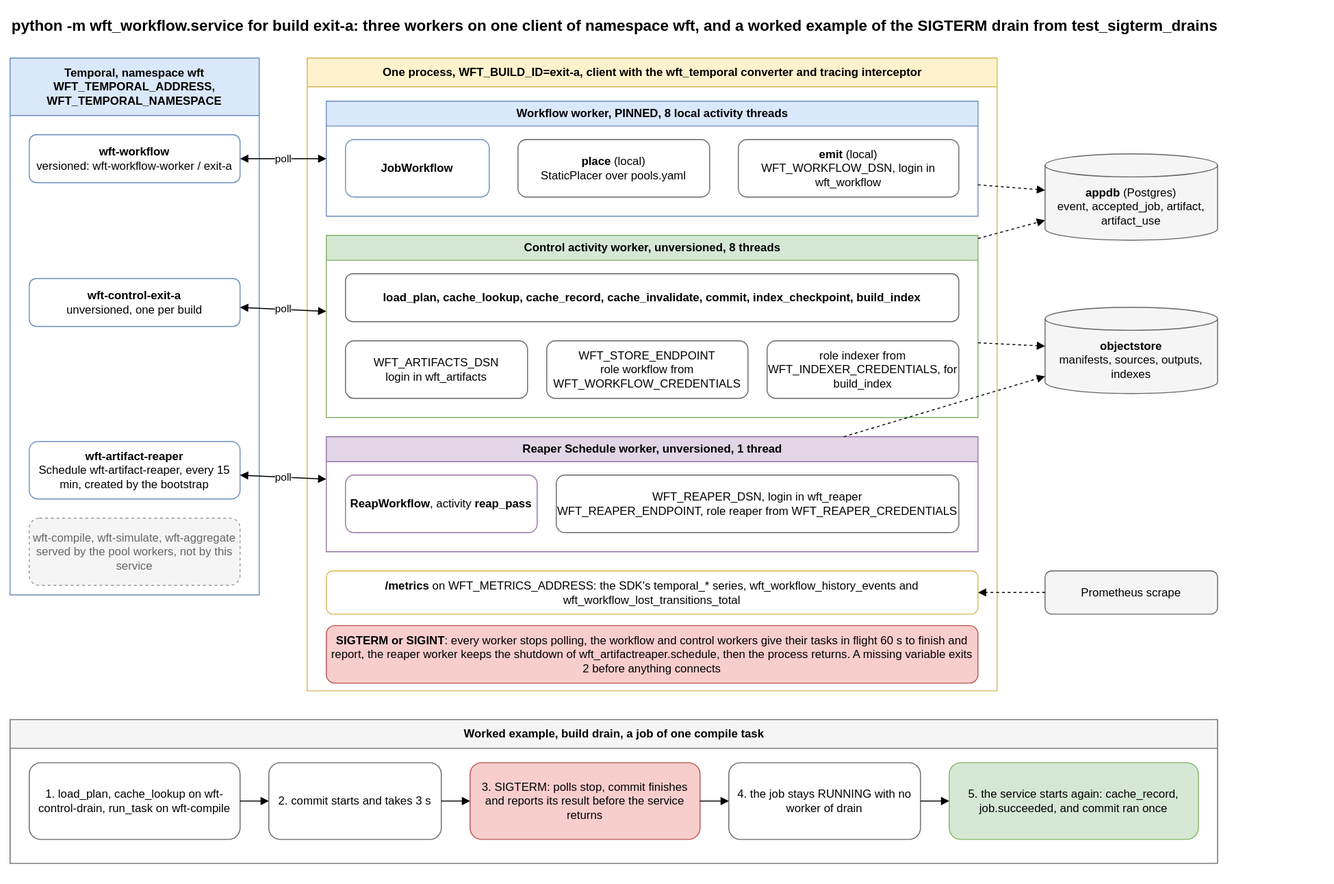
This is packages/workflow/worker-service.drawio.svg from AndoNorth/disyard, a draw.io export, as it was before one commit. Source tidied: cells renumbered, new cells last; positions are measured from the earlier drawing's top-left corner, leaving out a move shared by most shapes.
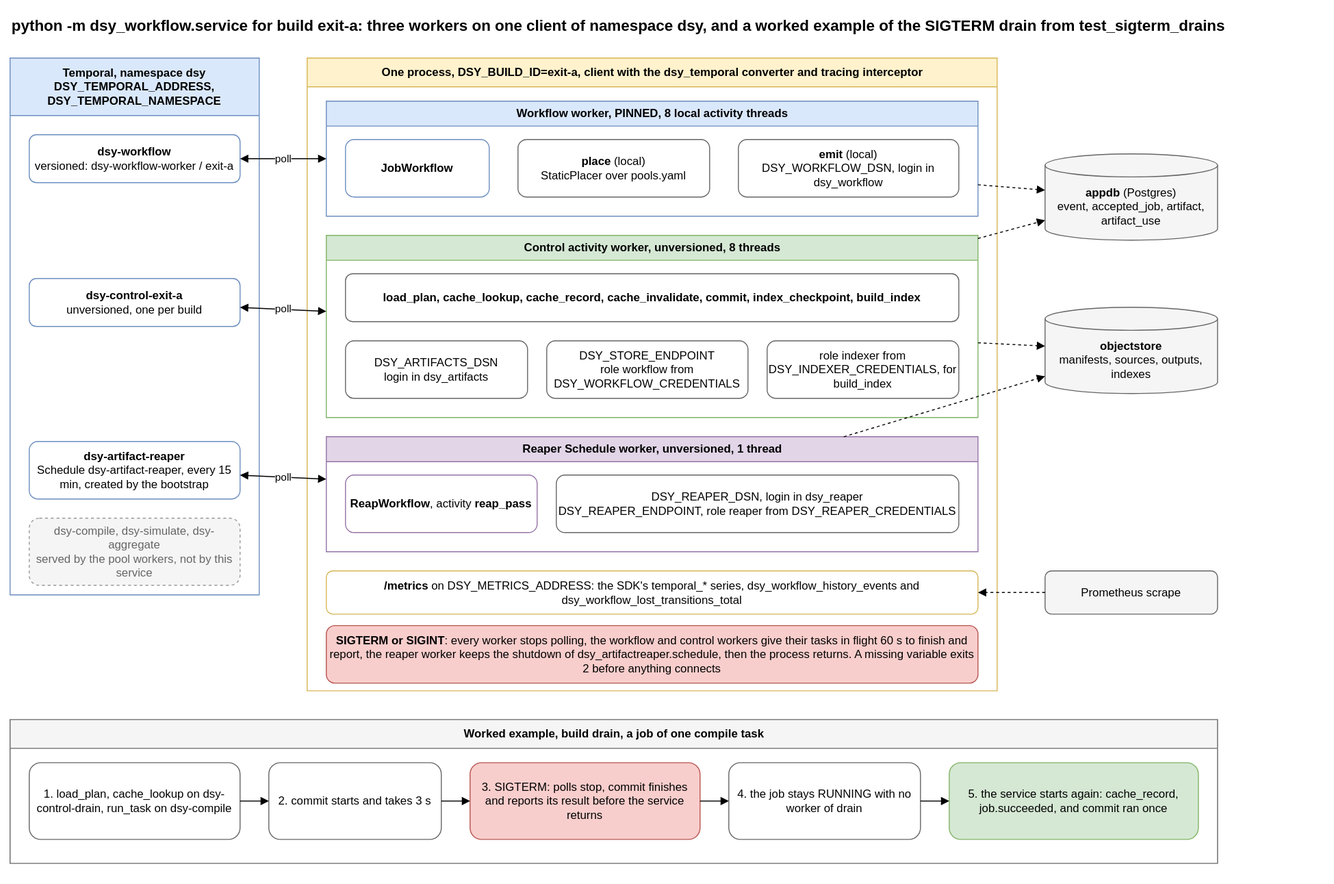
The same file after the commit.

The edit, as a diff of the source:
```diff
@@ -2,25 +2,25 @@
   <root>
     <mxCell id="0" />
     <mxCell id="1" parent="0" />
-    <mxCell id="2" value="python -m wft_workflow.service for build exit-a: three workers on one client of namespace wft, and a worked example of the SIGTERM drain from test_sigterm_drains" style="text;html=1;fontSize=16;fontStyle=1;align=left;" parent="1" vertex="1">
+    <mxCell id="2" value="python -m dsy_workflow.service for build exit-a: three workers on one client of namespace dsy, and a worked example of the SIGTERM drain from test_sigterm_drains" style="text;html=1;fontSize=16;fontStyle=1;align=left;" parent="1" vertex="1">
       <mxGeometry width="1360" height="30" as="geometry" />
     </mxCell>
-    <mxCell id="3" value="Temporal, namespace wft&lt;br&gt;WFT_TEMPORAL_ADDRESS, WFT_TEMPORAL_NAMESPACE" style="swimlane;startSize=60;html=1;fillColor=#dae8fc;strokeColor=#6c8ebf;fontStyle=1;whiteSpace=wrap;" parent="1" vertex="1">
+    <mxCell id="3" value="Temporal, namespace dsy&lt;br&gt;DSY_TEMPORAL_ADDRESS, DSY_TEMPORAL_NAMESPACE" style="swimlane;startSize=60;html=1;fillColor=#dae8fc;strokeColor=#6c8ebf;fontStyle=1;whiteSpace=wrap;" parent="1" vertex="1">
       <mxGeometry y="50" width="260" height="560" as="geometry" />
     </mxCell>
-    <mxCell id="4" value="&lt;b&gt;wft-workflow&lt;/b&gt;&lt;br&gt;versioned: wft-workflow-worker / exit-a" style="rounded=1;whiteSpace=wrap;html=1;fillColor=#ffffff;strokeColor=#6c8ebf;" parent="3" vertex="1">
+    <mxCell id="4" value="&lt;b&gt;dsy-workflow&lt;/b&gt;&lt;br&gt;versioned: dsy-workflow-worker / exit-a" style="rounded=1;whiteSpace=wrap;html=1;fillColor=#ffffff;strokeColor=#6c8ebf;" parent="3" vertex="1">
       <mxGeometry x="20" y="80" width="220" height="50" as="geometry" />
     </mxCell>
-    <mxCell id="5" value="&lt;b&gt;wft-control-exit-a&lt;/b&gt;&lt;br&gt;unversioned, one per build" style="rounded=1;whiteSpace=wrap;html=1;fillColor=#ffffff;strokeColor=#6c8ebf;" parent="3" vertex="1">
+    <mxCell id="5" value="&lt;b&gt;dsy-control-exit-a&lt;/b&gt;&lt;br&gt;unversioned, one per build" style="rounded=1;whiteSpace=wrap;html=1;fillColor=#ffffff;strokeColor=#6c8ebf;" parent="3" vertex="1">
       <mxGeometry x="20" y="230" width="220" height="50" as="geometry" />
     </mxCell>
-    <mxCell id="6" value="&lt;b&gt;wft-artifact-reaper&lt;/b&gt;&lt;br&gt;Schedule wft-artifact-reaper, every 15 min, created by the bootstrap" style="rounded=1;whiteSpace=wrap;html=1;fillColor=#ffffff;strokeColor=#6c8ebf;" parent="3" vertex="1">
+    <mxCell id="6" value="&lt;b&gt;dsy-artifact-reaper&lt;/b&gt;&lt;br&gt;Schedule dsy-artifact-reaper, every 15 min, created by the bootstrap" style="rounded=1;whiteSpace=wrap;html=1;fillColor=#ffffff;strokeColor=#6c8ebf;" parent="3" vertex="1">
       <mxGeometry x="20" y="400" width="220" height="60" as="geometry" />
     </mxCell>
-    <mxCell id="7" value="wft-compile, wft-simulate, wft-aggregate&lt;br&gt;served by the pool workers, not by this service" style="rounded=1;whiteSpace=wrap;html=1;fillColor=#f5f5f5;strokeColor=#999999;dashed=1;fontColor=#666666;" parent="3" vertex="1">
+    <mxCell id="7" value="dsy-compile, dsy-simulate, dsy-aggregate&lt;br&gt;served by the pool workers, not by this service" style="rounded=1;whiteSpace=wrap;html=1;fillColor=#f5f5f5;strokeColor=#999999;dashed=1;fontColor=#666666;" parent="3" vertex="1">
       <mxGeometry x="20" y="480" width="220" height="70" as="geometry" />
     </mxCell>
-    <mxCell id="8" value="One process, WFT_BUILD_ID=exit-a, client with the wft_temporal converter and tracing interceptor" style="swimlane;startSize=30;html=1;fillColor=#fff2cc;strokeColor=#d6b656;fontStyle=1;" parent="1" vertex="1">
+    <mxCell id="8" value="One process, DSY_BUILD_ID=exit-a, client with the dsy_temporal converter and tracing interceptor" style="swimlane;startSize=30;html=1;fillColor=#fff2cc;strokeColor=#d6b656;fontStyle=1;" parent="1" vertex="1">
       <mxGeometry x="310" y="50" width="720" height="660" as="geometry" />
     </mxCell>
     <mxCell id="9" value="Workflow worker, PINNED, 8 local activity threads" style="swimlane;startSize=26;html=1;fillColor=#dae8fc;strokeColor=#6c8ebf;fontStyle=1;" parent="8" vertex="1">
@@ -32,7 +32,7 @@
     <mxCell id="11" value="&lt;b&gt;place&lt;/b&gt; (local)&lt;br&gt;StaticPlacer over pools.yaml" style="rounded=1;whiteSpace=wrap;html=1;fillColor=#ffffff;strokeColor=#666666;" parent="9" vertex="1">
       <mxGeometry x="200" y="40" width="200" height="60" as="geometry" />
     </mxCell>
-    <mxCell id="12" value="&lt;b&gt;emit&lt;/b&gt; (local)&lt;br&gt;WFT_WORKFLOW_DSN, login in wft_workflow" style="rounded=1;whiteSpace=wrap;html=1;fillColor=#ffffff;strokeColor=#666666;" parent="9" vertex="1">
+    <mxCell id="12" value="&lt;b&gt;emit&lt;/b&gt; (local)&lt;br&gt;DSY_WORKFLOW_DSN, login in dsy_workflow" style="rounded=1;whiteSpace=wrap;html=1;fillColor=#ffffff;strokeColor=#666666;" parent="9" vertex="1">
       <mxGeometry x="430" y="40" width="230" height="60" as="geometry" />
     </mxCell>
     <mxCell id="13" value="Control activity worker, unversioned, 8 threads" style="swimlane;startSize=26;html=1;fillColor=#d5e8d4;strokeColor=#82b366;fontStyle=1;" parent="8" vertex="1">
@@ -41,13 +41,13 @@
     <mxCell id="14" value="load_plan, cache_lookup, cache_record, cache_invalidate, commit, index_checkpoint, build_index" style="rounded=1;whiteSpace=wrap;html=1;fillColor=#ffffff;strokeColor=#666666;fontStyle=1;" parent="13" vertex="1">
       <mxGeometry x="20" y="40" width="640" height="50" as="geometry" />
     </mxCell>
-    <mxCell id="15" value="WFT_ARTIFACTS_DSN&lt;br&gt;login in wft_artifacts" style="rounded=1;whiteSpace=wrap;html=1;fillColor=#ffffff;strokeColor=#666666;" parent="13" vertex="1">
+    <mxCell id="15" value="DSY_ARTIFACTS_DSN&lt;br&gt;login in dsy_artifacts" style="rounded=1;whiteSpace=wrap;html=1;fillColor=#ffffff;strokeColor=#666666;" parent="13" vertex="1">
       <mxGeometry x="20" y="110" width="190" height="60" as="geometry" />
     </mxCell>
-    <mxCell id="16" value="WFT_STORE_ENDPOINT&lt;br&gt;role workflow from WFT_WORKFLOW_CREDENTIALS" style="rounded=1;whiteSpace=wrap;html=1;fillColor=#ffffff;strokeColor=#666666;" parent="13" vertex="1">
+    <mxCell id="16" value="DSY_STORE_ENDPOINT&lt;br&gt;role workflow from DSY_WORKFLOW_CREDENTIALS" style="rounded=1;whiteSpace=wrap;html=1;fillColor=#ffffff;strokeColor=#666666;" parent="13" vertex="1">
       <mxGeometry x="230" y="110" width="210" height="60" as="geometry" />
     </mxCell>
-    <mxCell id="17" value="role indexer from WFT_INDEXER_CREDENTIALS, for build_index" style="rounded=1;whiteSpace=wrap;html=1;fillColor=#ffffff;strokeColor=#666666;" parent="13" vertex="1">
+    <mxCell id="17" value="role indexer from DSY_INDEXER_CREDENTIALS, for build_index" style="rounded=1;whiteSpace=wrap;html=1;fillColor=#ffffff;strokeColor=#666666;" parent="13" vertex="1">
       <mxGeometry x="460" y="110" width="200" height="60" as="geometry" />
     </mxCell>
     <mxCell id="18" value="Reaper Schedule worker, unversioned, 1 thread" style="swimlane;startSize=26;html=1;fillColor=#e1d5e7;strokeColor=#9673a6;fontStyle=1;" parent="8" vertex="1">
@@ -56,13 +56,13 @@
     <mxCell id="19" value="&lt;b&gt;ReapWorkflow&lt;/b&gt;, activity &lt;b&gt;reap_pass&lt;/b&gt;" style="rounded=1;whiteSpace=wrap;html=1;fillColor=#ffffff;strokeColor=#9673a6;" parent="18" vertex="1">
       <mxGeometry x="20" y="40" width="200" height="60" as="geometry" />
     </mxCell>
-    <mxCell id="20" value="WFT_REAPER_DSN, login in wft_reaper&lt;br&gt;WFT_REAPER_ENDPOINT, role reaper from WFT_REAPER_CREDENTIALS" style="rounded=1;whiteSpace=wrap;html=1;fillColor=#ffffff;strokeColor=#666666;" parent="18" vertex="1">
+    <mxCell id="20" value="DSY_REAPER_DSN, login in dsy_reaper&lt;br&gt;DSY_REAPER_ENDPOINT, role reaper from DSY_REAPER_CREDENTIALS" style="rounded=1;whiteSpace=wrap;html=1;fillColor=#ffffff;strokeColor=#666666;" parent="18" vertex="1">
       <mxGeometry x="240" y="40" width="420" height="60" as="geometry" />
     </mxCell>
-    <mxCell id="21" value="&lt;b&gt;/metrics&lt;/b&gt; on WFT_METRICS_ADDRESS: the SDK's temporal_* series, wft_workflow_history_events and wft_workflow_lost_transitions_total" style="rounded=1;whiteSpace=wrap;html=1;fillColor=#ffffff;strokeColor=#d6b656;" parent="8" vertex="1">
+    <mxCell id="21" value="&lt;b&gt;/metrics&lt;/b&gt; on DSY_METRICS_ADDRESS: the SDK's temporal_* series, dsy_workflow_history_events and dsy_workflow_lost_transitions_total" style="rounded=1;whiteSpace=wrap;html=1;fillColor=#ffffff;strokeColor=#d6b656;" parent="8" vertex="1">
       <mxGeometry x="20" y="535" width="680" height="45" as="geometry" />
     </mxCell>
-    <mxCell id="22" value="&lt;b&gt;SIGTERM or SIGINT&lt;/b&gt;: every worker stops polling, the workflow and control workers give their tasks in flight 60 s to finish and report, the reaper worker keeps the shutdown of wft_artifactreaper.schedule, then the process returns. A missing variable exits 2 before anything connects" style="rounded=1;whiteSpace=wrap;html=1;fillColor=#f8cecc;strokeColor=#b85450;" parent="8" vertex="1">
+    <mxCell id="22" value="&lt;b&gt;SIGTERM or SIGINT&lt;/b&gt;: every worker stops polling, the workflow and control workers give their tasks in flight 60 s to finish and report, the reaper worker keeps the shutdown of dsy_artifactreaper.schedule, then the process returns. A missing variable exits 2 before anything connects" style="rounded=1;whiteSpace=wrap;html=1;fillColor=#f8cecc;strokeColor=#b85450;" parent="8" vertex="1">
       <mxGeometry x="20" y="592" width="680" height="60" as="geometry" />
     </mxCell>
     <mxCell id="23" value="&lt;b&gt;appdb&lt;/b&gt; (Postgres)&lt;br&gt;event, accepted_job, artifact, artifact_use" style="shape=cylinder3;whiteSpace=wrap;html=1;boundedLbl=1;size=12;fillColor=#f5f5f5;strokeColor=#666666;" parent="1" vertex="1">
@@ -101,7 +101,7 @@
     <mxCell id="34" value="Worked example, build drain, a job of one compile task" style="swimlane;startSize=30;html=1;fillColor=#f5f5f5;strokeColor=#666666;fontStyle=1;" parent="1" vertex="1">
       <mxGeometry y="740" width="1260" height="150" as="geometry" />
     </mxCell>
-    <mxCell id="35" value="1. load_plan, cache_lookup on wft-control-drain, run_task on wft-compile" style="rounded=1;whiteSpace=wrap;html=1;fillColor=#ffffff;strokeColor=#666666;" parent="34" vertex="1">
+    <mxCell id="35" value="1. load_plan, cache_lookup on dsy-control-drain, run_task on dsy-compile" style="rounded=1;whiteSpace=wrap;html=1;fillColor=#ffffff;strokeColor=#666666;" parent="34" vertex="1">
       <mxGeometry x="20" y="45" width="220" height="80" as="geometry" />
     </mxCell>
     <mxCell id="36" value="2. commit starts and takes 3 s" style="rounded=1;whiteSpace=wrap;html=1;fillColor=#ffffff;strokeColor=#666666;" parent="34" vertex="1">
```
